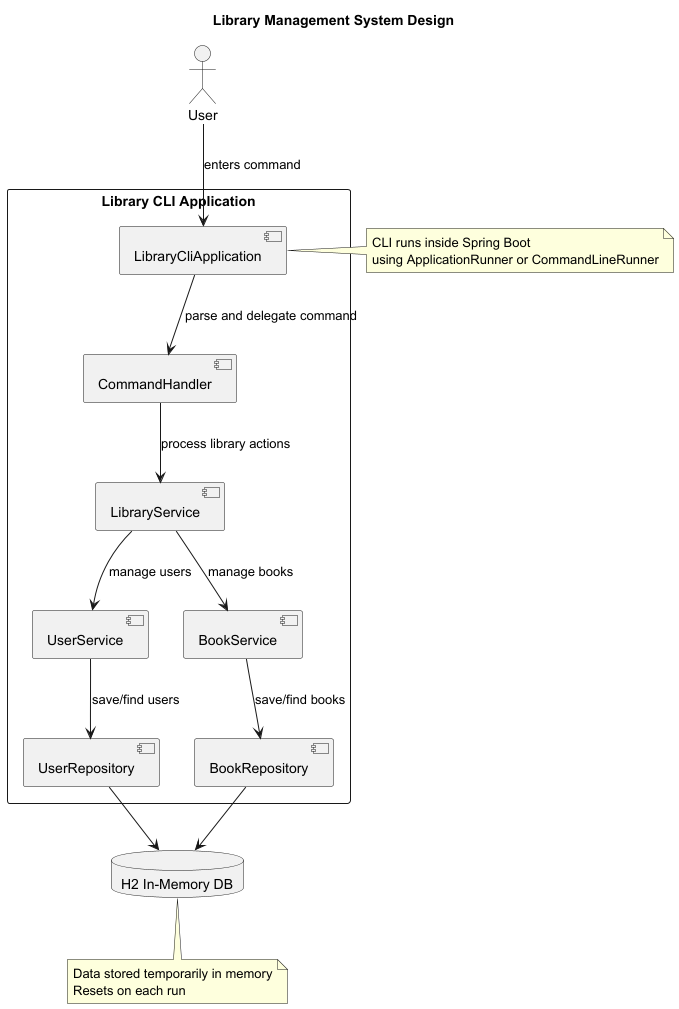
Before: src/main/docs/LMSSequence-Library_Management_System_Design.png, a diagram exported from PlantUML (hafizferoz/libraryms). Its diagram source:
```plantuml
@startuml
title Library Management System Design

actor User as user

rectangle "Library CLI Application" {
    component "LibraryCliApplication" as cli
    component "CommandHandler" as handler
    component "LibraryService" as service
    component "UserService" as userService
    component "BookService" as bookService
    component "UserRepository" as userRepo
    component "BookRepository" as bookRepo
}

database "H2 In-Memory DB" as h2

user --> cli : enters command
cli --> handler : parse and delegate command
handler --> service : process library actions
service --> userService : manage users
service --> bookService : manage books
userService --> userRepo : save/find users
bookService --> bookRepo : save/find books
userRepo --> h2
bookRepo --> h2

note right of cli
CLI runs inside Spring Boot
using ApplicationRunner or CommandLineRunner
end note

note bottom of h2
Data stored temporarily in memory
Resets on each run
end note

@enduml
```
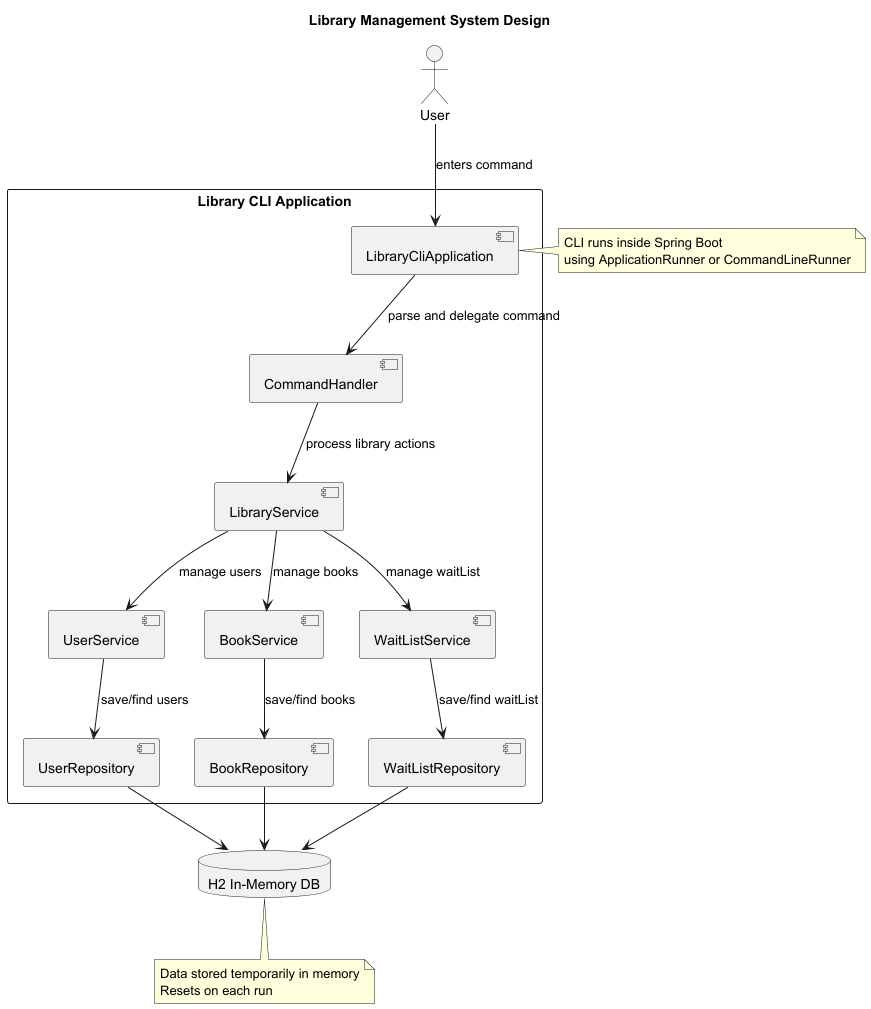
The same file after the commit.

Commit message:
update design flow

What changed in the source:
```diff
@@ -9,8 +9,10 @@
     component "LibraryService" as service
     component "UserService" as userService
     component "BookService" as bookService
+     component "WaitListService" as waitListService
     component "UserRepository" as userRepo
     component "BookRepository" as bookRepo
+    component "WaitListRepository" as waitListRepo
 }
 
 database "H2 In-Memory DB" as h2
@@ -20,11 +22,13 @@
 handler --> service : process library actions
 service --> userService : manage users
 service --> bookService : manage books
+service --> waitListService : manage waitList
 userService --> userRepo : save/find users
 bookService --> bookRepo : save/find books
+waitListService --> waitListRepo : save/find waitList
 userRepo --> h2
 bookRepo --> h2
-
+waitListRepo --> h2
 note right of cli
 CLI runs inside Spring Boot
 using ApplicationRunner or CommandLineRunner
```
